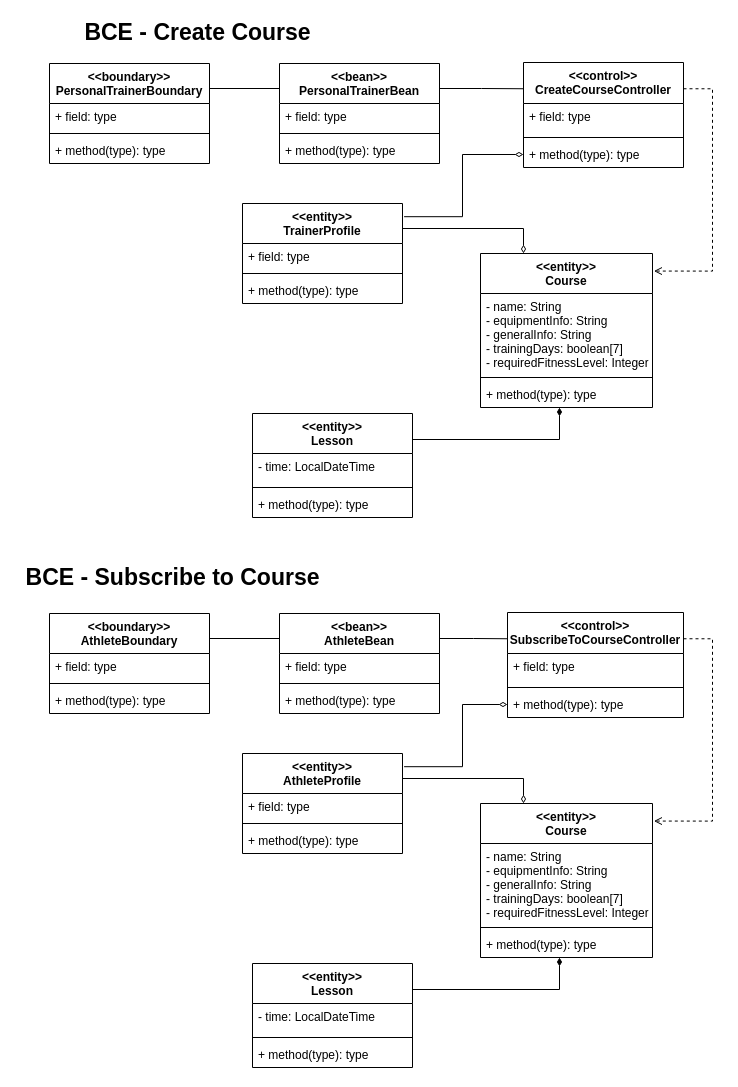
Above: BCE_CreateCourse.drawio in Bobbarello00/WeTrain (draw.io), before the change. Source tidied: cells renumbered, new cells numbered last; positions are measured from the earlier drawing's top-left corner, leaving out a move shared by most shapes. Both pictures are drawn from the tidied source at 100%, with x=0, y=0 at pixel (17, 17).
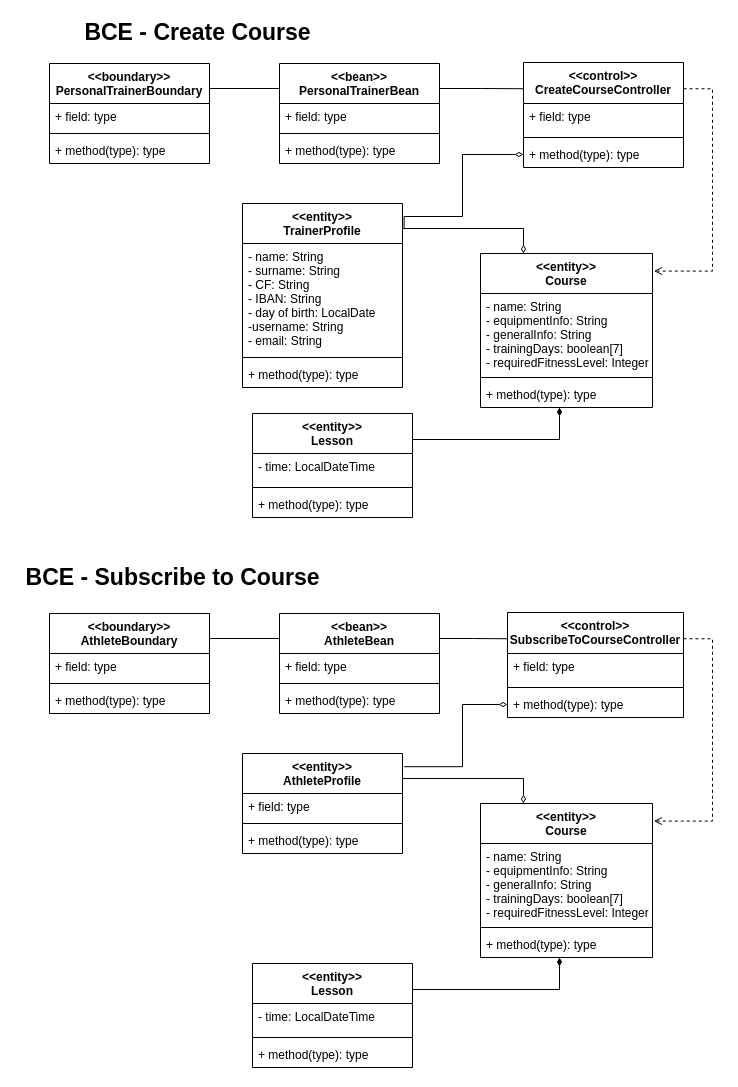
The same diagram, later.

What changed in the source:
```diff
@@
     <mxCell id="22" value="&lt;&lt;entity&gt;&gt;&#10;TrainerProfile" style="swimlane;fontStyle=1;align=center;verticalAlign=top;horizontal=1;startSize=40;" parent="1" vertex="1">
-      <mxGeometry x="225" y="186" width="160" height="100" as="geometry" />
+      <mxGeometry x="225" y="186" width="160" height="184" as="geometry" />
     </mxCell>
-    <mxCell id="23" value="+ field: type" style="text;strokeColor=none;fillColor=none;align=left;verticalAlign=top;spacingLeft=4;spacingRight=4;overflow=hidden;" parent="22" vertex="1">
-      <mxGeometry y="40" width="160" height="26" as="geometry" />
+    <mxCell id="23" value="- name: String&#10;- surname: String&#10;- CF: String&#10;- IBAN: String&#10;- day of birth: LocalDate&#10;-username: String&#10;- email: String" style="text;strokeColor=none;fillColor=none;align=left;verticalAlign=top;spacingLeft=4;spacingRight=4;overflow=hidden;" parent="22" vertex="1">
+      <mxGeometry y="40" width="160" height="110" as="geometry" />
     </mxCell>
     <mxCell id="24" style="line;strokeWidth=1;fillColor=none;align=left;verticalAlign=middle;spacingTop=-1;spacingLeft=3;spacingRight=3;labelPosition=right;" parent="22" vertex="1">
-      <mxGeometry y="66" width="160" height="8" as="geometry" />
+      <mxGeometry y="150" width="160" height="8" as="geometry" />
     </mxCell>
     <mxCell id="25" value="+ method(type): type" style="text;strokeColor=none;fillColor=none;align=left;verticalAlign=top;spacingLeft=4;spacingRight=4;overflow=hidden;" parent="22" vertex="1">
-      <mxGeometry y="74" width="160" height="26" as="geometry" />
+      <mxGeometry y="158" width="160" height="26" as="geometry" />
     </mxCell>
```
